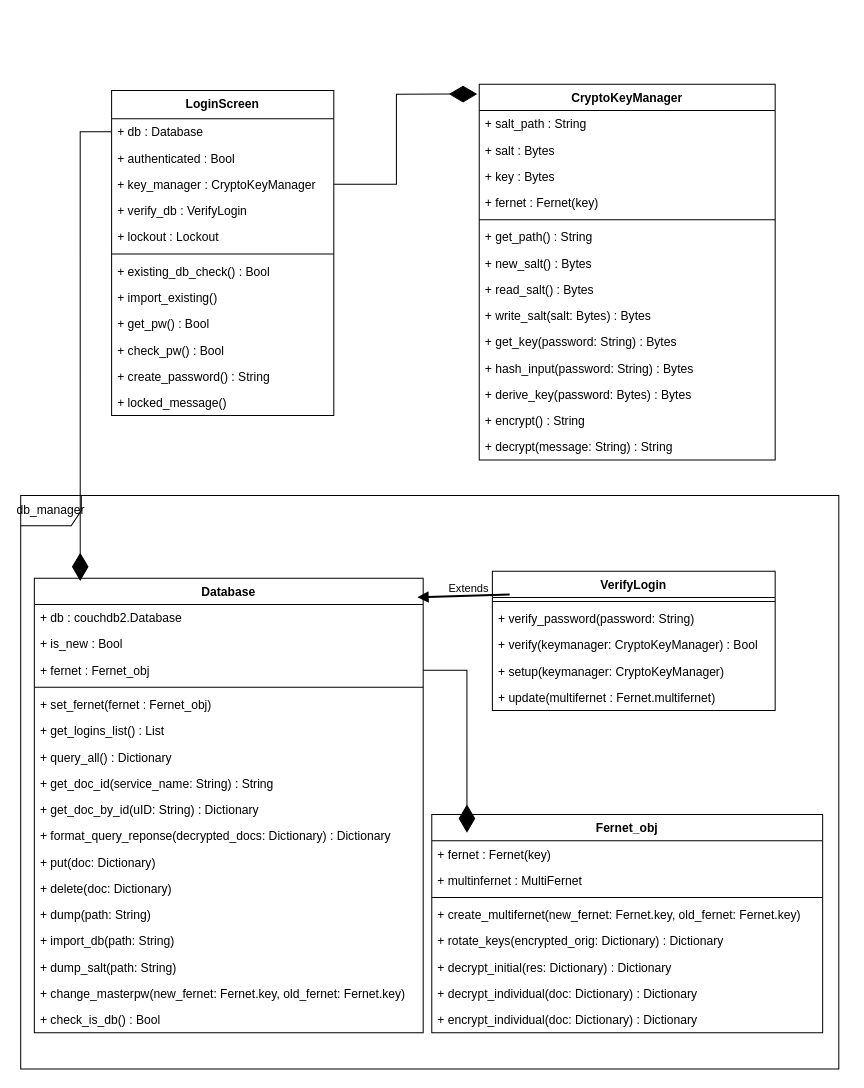
Before: ClassDiagram.drawio in hoekl/password-manager, a draw.io diagram. Source tidied: cells renumbered, new cells numbered last; positions are measured from the earlier drawing's top-left corner, leaving out a move shared by most shapes. Both pictures are drawn from the tidied source at 101%, with x=0, y=0 at pixel (20, 84).
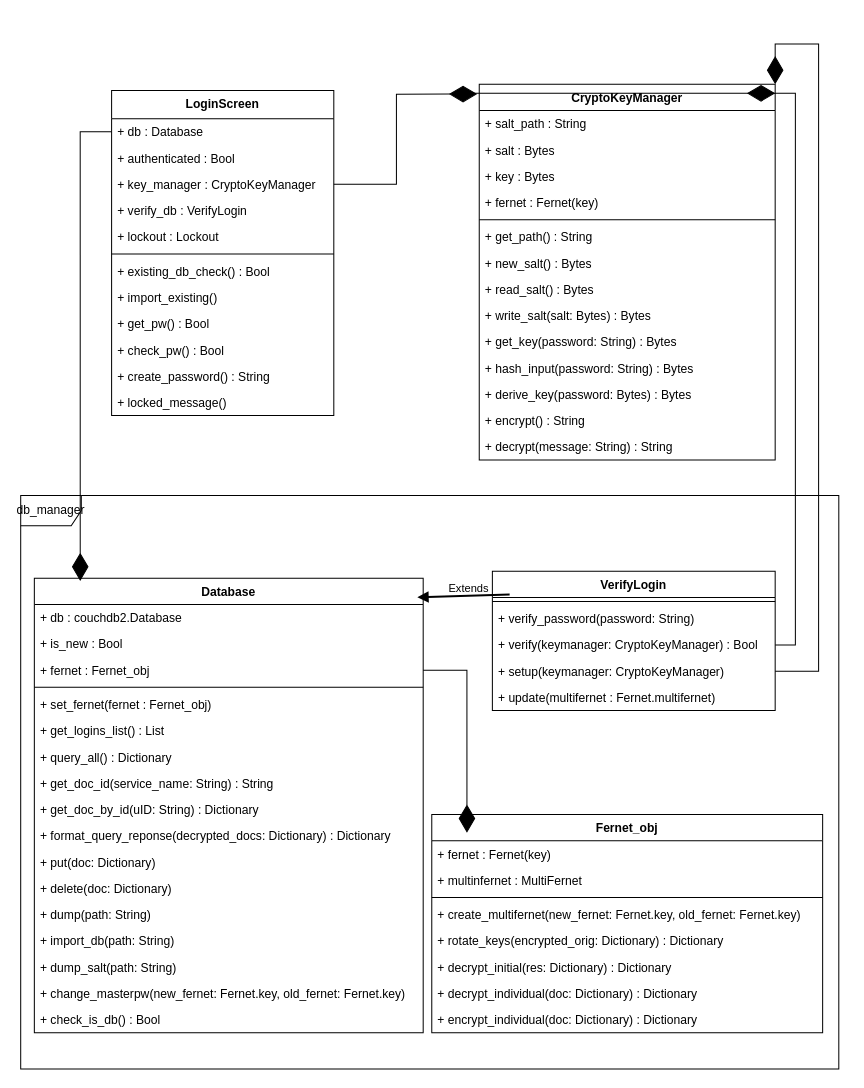
After the change.

Unchanged cells that the change refers to:
```xml
<mxCell id="37" value="+ verify(keymanager: CryptoKeyManager) : Bool" style="text;strokeColor=none;fillColor=none;align=left;verticalAlign=top;spacingLeft=4;spacingRight=4;overflow=hidden;points=[[0,0.5],[1,0.5]];portConstraint=eastwest;" parent="34" vertex="1">
  <mxGeometry y="60" width="280" height="26" as="geometry" />
</mxCell>
<mxCell id="38" value="+ setup(keymanager: CryptoKeyManager)" style="text;strokeColor=none;fillColor=none;align=left;verticalAlign=top;spacingLeft=4;spacingRight=4;overflow=hidden;points=[[0,0.5],[1,0.5]];portConstraint=eastwest;" parent="34" vertex="1">
  <mxGeometry y="86" width="280" height="26" as="geometry" />
</mxCell>
<mxCell id="51" value="CryptoKeyManager" style="swimlane;fontStyle=1;align=center;verticalAlign=top;horizontal=1;startSize=26;" parent="1" vertex="1">
  <mxGeometry x="454" width="293" height="372" as="geometry" />
</mxCell>
```

What changed in the source:
```diff
@@
+    <mxCell id="68" style="edgeStyle=orthogonalEdgeStyle;rounded=0;jettySize=auto;html=1;exitX=1;exitY=0.5;exitDx=0;exitDy=0;entryX=1;entryY=0.024;entryDx=0;entryDy=0;entryPerimeter=0;endArrow=diamondThin;endFill=1;endSize=25;" parent="1" edge="1" source="37" target="51">
+      <mxGeometry relative="1" as="geometry" />
+    </mxCell>
+    <mxCell id="69" style="edgeStyle=orthogonalEdgeStyle;rounded=0;jettySize=auto;html=1;exitX=1;exitY=0.5;exitDx=0;exitDy=0;entryX=1;entryY=0;entryDx=0;entryDy=0;endArrow=diamondThin;endFill=1;endSize=25;" parent="1" edge="1" source="38" target="51">
+      <mxGeometry relative="1" as="geometry">
+        <Array as="points">
+          <mxPoint x="790" y="581" />
+          <mxPoint x="790" y="-40" />
+          <mxPoint x="747" y="-40" />
+        </Array>
+      </mxGeometry>
+    </mxCell>
```
